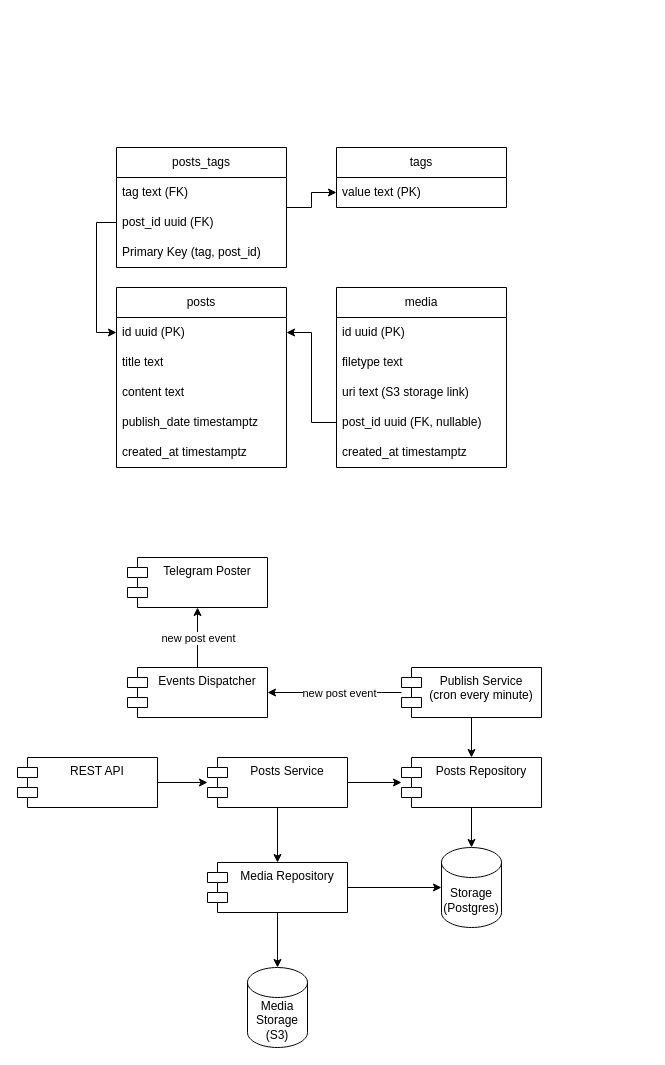
The draw.io diagram poster.drawio in kostromin59/poster, before the edit. Source tidied: cells renumbered, new cells numbered last; positions are measured from the earlier drawing's top-left corner, leaving out a move shared by most shapes. Both pictures are drawn from the tidied source at 100%, with x=0, y=0 at pixel (17, 147).
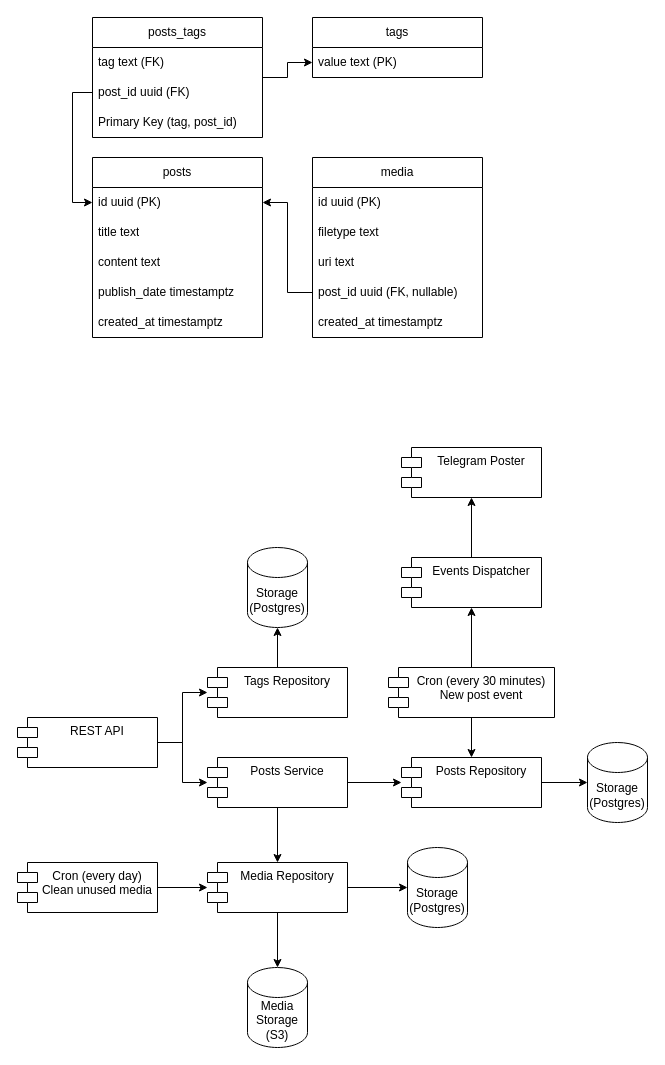
After the change.

Commit message:
feat: improve scheme

The change refers to these unchanged cells:
```xml
<mxCell id="23" value="Posts Repository" style="shape=module;align=left;spacingLeft=20;align=center;verticalAlign=top;whiteSpace=wrap;html=1;" parent="1" vertex="1">
  <mxGeometry x="384" y="610" width="140" height="50" as="geometry" />
</mxCell>
<mxCell id="33" style="edgeStyle=orthogonalEdgeStyle;rounded=0;jettySize=auto;html=1;" parent="1" edge="1" source="35" target="24">
  <mxGeometry relative="1" as="geometry" />
</mxCell>
<mxCell id="40" value="Media Repository" style="shape=module;align=left;spacingLeft=20;align=center;verticalAlign=top;whiteSpace=wrap;html=1;" parent="1" vertex="1">
  <mxGeometry x="190" y="715" width="140" height="50" as="geometry" />
</mxCell>
```

Diff of the diagram source:
```diff
@@
     <mxCell id="2" value="posts" style="swimlane;fontStyle=0;horizontal=1;startSize=30;whiteSpace=wrap;html=1;" parent="1" vertex="1">
-      <mxGeometry x="99" y="140" width="170" height="180" as="geometry" />
+      <mxGeometry x="75" y="10" width="170" height="180" as="geometry" />
     </mxCell>
@@
     <mxCell id="8" value="media" style="swimlane;fontStyle=0;horizontal=1;startSize=30;whiteSpace=wrap;html=1;" parent="1" vertex="1">
-      <mxGeometry x="319" y="140" width="170" height="180" as="geometry" />
+      <mxGeometry x="295" y="10" width="170" height="180" as="geometry" />
     </mxCell>
@@
-    <mxCell id="11" value="uri text (S3 storage link)" style="text;strokeColor=none;fillColor=none;align=left;verticalAlign=middle;spacingLeft=4;spacingRight=4;overflow=hidden;whiteSpace=wrap;html=1;" parent="8" vertex="1">
+    <mxCell id="11" value="uri text" style="text;strokeColor=none;fillColor=none;align=left;verticalAlign=middle;spacingLeft=4;spacingRight=4;overflow=hidden;whiteSpace=wrap;html=1;" parent="8" vertex="1">
       <mxGeometry y="90" width="170" height="30" as="geometry" />
     </mxCell>
@@
     <mxCell id="15" value="tags" style="swimlane;fontStyle=0;horizontal=1;startSize=30;whiteSpace=wrap;html=1;" parent="1" vertex="1">
-      <mxGeometry x="319" width="170" height="60" as="geometry" />
+      <mxGeometry x="295" y="-130" width="170" height="60" as="geometry" />
     </mxCell>
@@
     <mxCell id="18" value="posts_tags" style="swimlane;fontStyle=0;horizontal=1;startSize=30;whiteSpace=wrap;html=1;" parent="1" vertex="1">
-      <mxGeometry x="99" width="170" height="120" as="geometry" />
+      <mxGeometry x="75" y="-130" width="170" height="120" as="geometry" />
     </mxCell>
@@
+    <mxCell id="41" style="edgeStyle=orthogonalEdgeStyle;rounded=0;jettySize=auto;html=1;" parent="1" edge="1" source="23" target="26">
+      <mxGeometry relative="1" as="geometry" />
+    </mxCell>
@@
     <mxCell id="24" value="Telegram Poster" style="shape=module;align=left;spacingLeft=20;align=center;verticalAlign=top;whiteSpace=wrap;html=1;" parent="1" vertex="1">
-      <mxGeometry x="110" y="410" width="140" height="50" as="geometry" />
+      <mxGeometry x="384" y="300" width="140" height="50" as="geometry" />
     </mxCell>
@@
     <mxCell id="26" value="Storage&lt;br&gt;(Postgres)" style="shape=cylinder3;whiteSpace=wrap;html=1;boundedLbl=1;backgroundOutline=1;size=15;" parent="1" vertex="1">
-      <mxGeometry x="424" y="700" width="60" height="80" as="geometry" />
+      <mxGeometry x="570" y="595" width="60" height="80" as="geometry" />
     </mxCell>
@@
     <mxCell id="28" value="REST API" style="shape=module;align=left;spacingLeft=20;align=center;verticalAlign=top;whiteSpace=wrap;html=1;" parent="1" vertex="1">
-      <mxGeometry y="610" width="140" height="50" as="geometry" />
+      <mxGeometry y="570" width="140" height="50" as="geometry" />
     </mxCell>
@@
-    <mxCell id="30" style="edgeStyle=orthogonalEdgeStyle;rounded=0;jettySize=auto;html=1;" parent="1" edge="1" source="32" target="35">
-      <mxGeometry relative="1" as="geometry">
-        <Array as="points">
-          <mxPoint x="364" y="545" />
-          <mxPoint x="364" y="545" />
-        </Array>
-      </mxGeometry>
+    <mxCell id="30" style="edgeStyle=orthogonalEdgeStyle;rounded=0;jettySize=auto;html=1;entryX=0.5;entryY=1;entryDx=0;entryDy=0;" parent="1" edge="1" source="32" target="35">
+      <mxGeometry relative="1" as="geometry" />
     </mxCell>
-    <mxCell id="31" value="new post event" style="edgeLabel;html=1;align=center;verticalAlign=middle;" parent="30" vertex="1">
-      <mxGeometry x="0.06" y="-1" relative="1" as="geometry">
-        <mxPoint x="8" y="1" as="offset" />
-      </mxGeometry>
-    </mxCell>
-    <mxCell id="32" value="Publish Service&lt;br&gt;(cron every minute)" style="shape=module;align=left;spacingLeft=20;align=center;verticalAlign=top;whiteSpace=wrap;html=1;" parent="1" vertex="1">
-      <mxGeometry x="384" y="520" width="140" height="50" as="geometry" />
+    <mxCell id="32" value="Cron (every 30 minutes)&lt;br&gt;New post event" style="shape=module;align=left;spacingLeft=20;align=center;verticalAlign=top;whiteSpace=wrap;html=1;" parent="1" vertex="1">
+      <mxGeometry x="371" y="520" width="166" height="50" as="geometry" />
     </mxCell>
@@
-    <mxCell id="34" value="new post event" style="edgeLabel;html=1;align=center;verticalAlign=middle;" parent="33" vertex="1">
-      <mxGeometry x="0.13" y="-1" relative="1" as="geometry">
-        <mxPoint x="-1" y="4" as="offset" />
-      </mxGeometry>
-    </mxCell>
     <mxCell id="35" value="Events Dispatcher" style="shape=module;align=left;spacingLeft=20;align=center;verticalAlign=top;whiteSpace=wrap;html=1;" parent="1" vertex="1">
-      <mxGeometry x="110" y="520" width="140" height="50" as="geometry" />
+      <mxGeometry x="384" y="410" width="140" height="50" as="geometry" />
     </mxCell>
@@
+    <mxCell id="43" style="edgeStyle=orthogonalEdgeStyle;rounded=0;jettySize=auto;html=1;" parent="1" edge="1" source="40" target="46">
+      <mxGeometry relative="1" as="geometry" />
+    </mxCell>
@@
-    <mxCell id="41" style="edgeStyle=orthogonalEdgeStyle;rounded=0;jettySize=auto;html=1;entryX=0.5;entryY=0;entryDx=0;entryDy=0;entryPerimeter=0;" parent="1" edge="1" source="23" target="26">
-      <mxGeometry relative="1" as="geometry" />
-    </mxCell>
-    <mxCell id="42" style="edgeStyle=orthogonalEdgeStyle;rounded=0;jettySize=auto;html=1;entryX=0;entryY=0.5;entryDx=0;entryDy=0;entryPerimeter=0;" parent="1" edge="1" source="40" target="26">
-      <mxGeometry relative="1" as="geometry" />
-    </mxCell>
+    <mxCell id="44" style="edgeStyle=orthogonalEdgeStyle;rounded=0;jettySize=auto;html=1;" parent="1" edge="1" source="45" target="40">
+      <mxGeometry relative="1" as="geometry" />
+    </mxCell>
+    <mxCell id="45" value="Cron (every day)&lt;br&gt;Clean unused media" style="shape=module;align=left;spacingLeft=20;align=center;verticalAlign=top;whiteSpace=wrap;html=1;" parent="1" vertex="1">
+      <mxGeometry y="715" width="140" height="50" as="geometry" />
+    </mxCell>
+    <mxCell id="46" value="Storage&lt;br&gt;(Postgres)" style="shape=cylinder3;whiteSpace=wrap;html=1;boundedLbl=1;backgroundOutline=1;size=15;" parent="1" vertex="1">
+      <mxGeometry x="390" y="700" width="60" height="80" as="geometry" />
+    </mxCell>
+    <mxCell id="47" value="Tags Repository" style="shape=module;align=left;spacingLeft=20;align=center;verticalAlign=top;whiteSpace=wrap;html=1;" parent="1" vertex="1">
+      <mxGeometry x="190" y="520" width="140" height="50" as="geometry" />
+    </mxCell>
+    <mxCell id="48" value="Storage&lt;br&gt;(Postgres)" style="shape=cylinder3;whiteSpace=wrap;html=1;boundedLbl=1;backgroundOutline=1;size=15;" parent="1" vertex="1">
+      <mxGeometry x="230" y="400" width="60" height="80" as="geometry" />
+    </mxCell>
+    <mxCell id="49" style="edgeStyle=orthogonalEdgeStyle;rounded=0;jettySize=auto;html=1;entryX=0.5;entryY=1;entryDx=0;entryDy=0;entryPerimeter=0;" parent="1" edge="1" source="47" target="48">
+      <mxGeometry relative="1" as="geometry" />
+    </mxCell>
+    <mxCell id="50" style="edgeStyle=orthogonalEdgeStyle;rounded=0;jettySize=auto;html=1;" parent="1" edge="1" source="28" target="47">
+      <mxGeometry relative="1" as="geometry" />
+    </mxCell>
```
